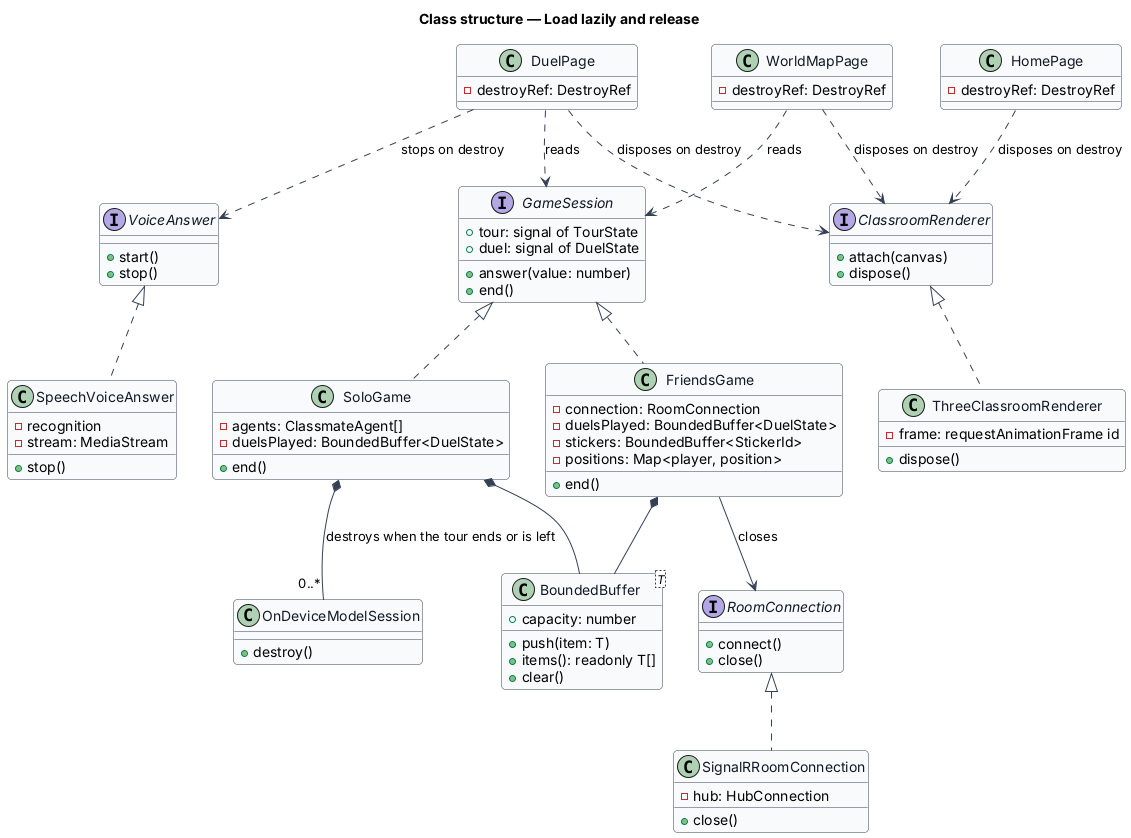
The PlantUML diagram docs/detailed-designs/platform/load-lazily-and-release/diagrams/class-structure.png in QuinntyneBrown/around-the-world, before a commit. Its source is kept beside it as docs/detailed-designs/platform/load-lazily-and-release/diagrams/class-structure.puml.
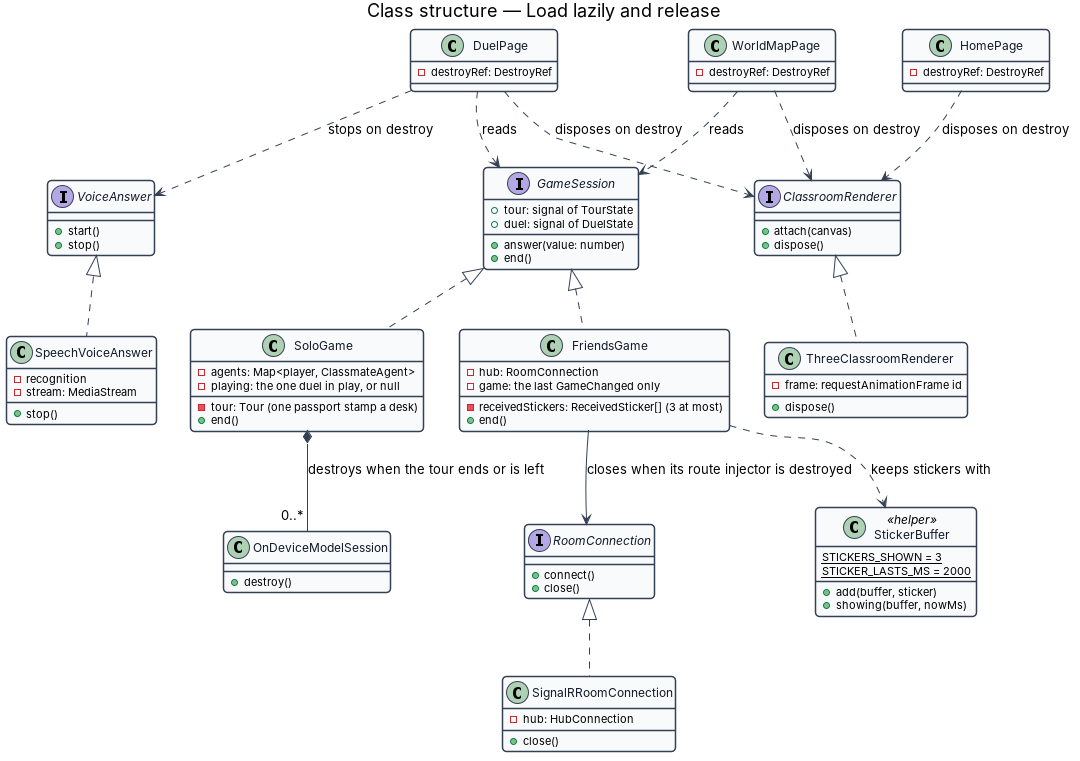
After the change.

Commit message:
Journey 18: record the profiles, the picture first, the way on, CDK Dialog, the measurements and the budgets (ADR 0038), and resolve the design's open items

The edit, as a diff of the source:
```diff
@@ -18,22 +18,22 @@
   +end()
 }
 class SoloGame {
-  -agents: ClassmateAgent[]
-  -duelsPlayed: BoundedBuffer<DuelState>
+  -agents: Map<player, ClassmateAgent>
+  -playing: the one duel in play, or null
+  -tour: Tour (one passport stamp a desk)
   +end()
 }
 class FriendsGame {
-  -connection: RoomConnection
-  -duelsPlayed: BoundedBuffer<DuelState>
-  -stickers: BoundedBuffer<StickerId>
-  -positions: Map<player, position>
+  -hub: RoomConnection
+  -game: the last GameChanged only
+  -receivedStickers: ReceivedSticker[] (3 at most)
   +end()
 }
-class "BoundedBuffer<T>" as BoundedBuffer {
-  +capacity: number
-  +push(item: T)
-  +items(): readonly T[]
-  +clear()
+class StickerBuffer <<helper>> {
+  {static} STICKERS_SHOWN = 3
+  {static} STICKER_LASTS_MS = 2000
+  +add(buffer, sticker)
+  +showing(buffer, nowMs)
 }
 interface RoomConnection {
   +connect()
@@ -77,10 +77,9 @@
 RoomConnection <|.. SignalRRoomConnection
 VoiceAnswer <|.. SpeechVoiceAnswer
 ClassroomRenderer <|.. ThreeClassroomRenderer
-SoloGame *-- BoundedBuffer
-FriendsGame *-- BoundedBuffer
+FriendsGame ..> StickerBuffer : keeps stickers with
 SoloGame *-- "0..*" OnDeviceModelSession : destroys when the tour ends or is left
-FriendsGame --> RoomConnection : closes
+FriendsGame --> RoomConnection : closes when its route injector is destroyed
 DuelPage ..> GameSession : reads
 DuelPage ..> VoiceAnswer : stops on destroy
 DuelPage ..> ClassroomRenderer : disposes on destroy
```
